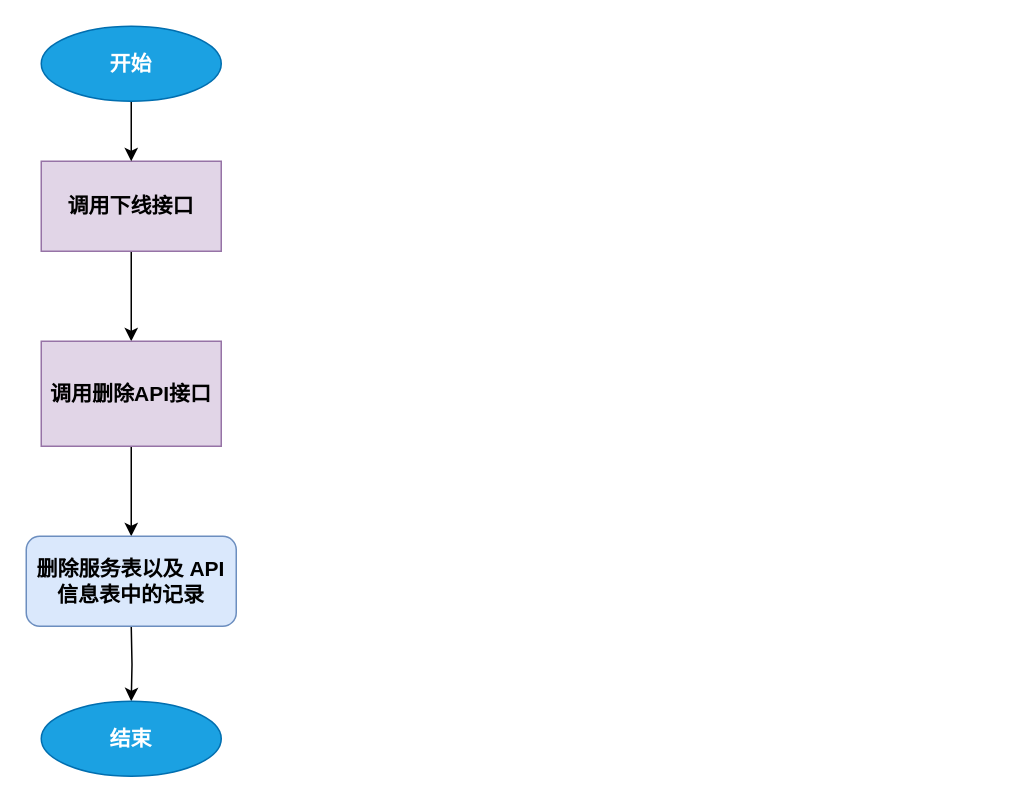
This is page "删除 API服务" (4 of 5) of 国税总局迭代三设计.drawio from helemile/notes, a draw.io file, before an edit. Source tidied: cells renumbered, new cells numbered last; positions are measured from the earlier drawing's top-left corner, leaving out a move shared by most shapes. Both pictures are drawn from the tidied source at 150%, with x=0, y=0 at pixel (26, 26).
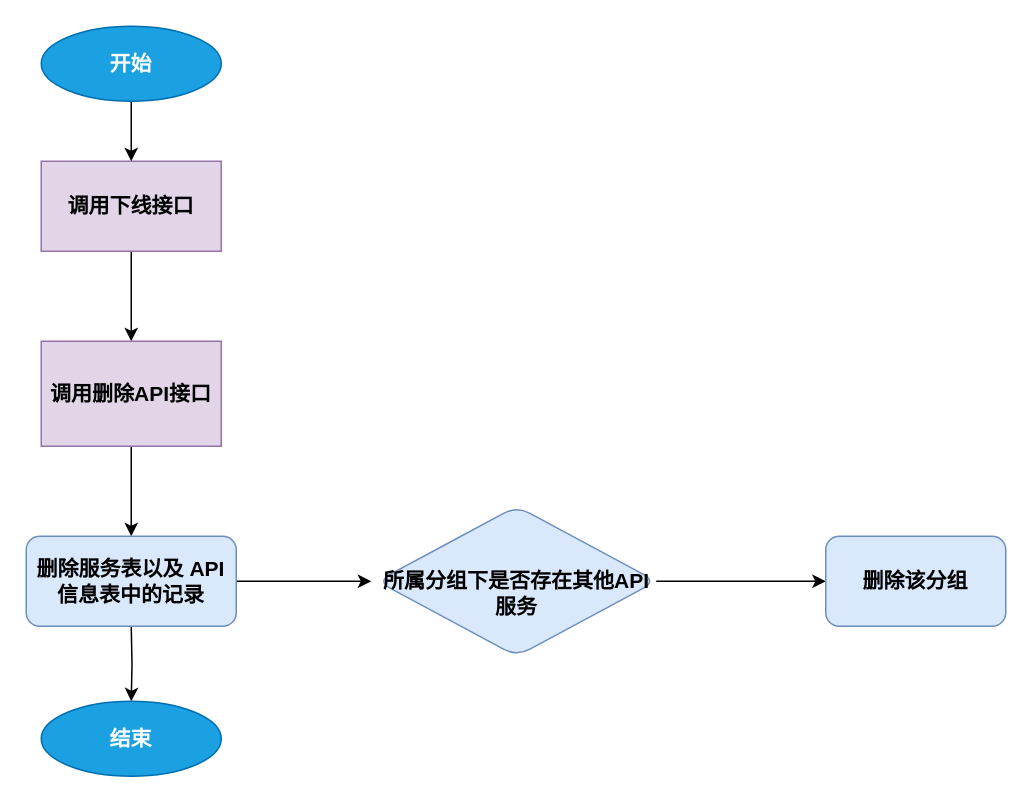
After the change.

The edit, as a diff of the source:
```diff
@@
 <mxGraphModel>
   <root>
     <mxCell id="0" />
     <mxCell id="1" parent="0" />
     <mxCell id="2" style="edgeStyle=orthogonalEdgeStyle;rounded=0;jettySize=auto;html=1;fontSize=14;entryX=0.5;entryY=0;entryDx=0;entryDy=0;" parent="1" edge="1" source="3" target="5">
       <mxGeometry relative="1" as="geometry" />
     </mxCell>
     <mxCell id="3" value="调用下线接口" style="rounded=0;whiteSpace=wrap;html=1;fontSize=14;fillColor=#e1d5e7;strokeColor=#9673a6;fontStyle=1;" parent="1" vertex="1">
       <mxGeometry x="10" y="90" width="120" height="60" as="geometry" />
     </mxCell>
     <mxCell id="4" style="edgeStyle=orthogonalEdgeStyle;rounded=0;jettySize=auto;html=1;fontSize=14;" parent="1" edge="1" source="5" target="10">
       <mxGeometry relative="1" as="geometry" />
     </mxCell>
     <mxCell id="5" value="调用删除API接口" style="rounded=0;whiteSpace=wrap;html=1;fontSize=14;fontStyle=1;fillColor=#e1d5e7;strokeColor=#9673a6;" parent="1" vertex="1">
       <mxGeometry x="10" y="210" width="120" height="70" as="geometry" />
     </mxCell>
     <mxCell id="6" style="edgeStyle=orthogonalEdgeStyle;rounded=0;jettySize=auto;html=1;fontSize=14;fontStyle=1;exitX=0.5;exitY=1;exitDx=0;exitDy=0;" parent="1" edge="1" target="9">
       <mxGeometry relative="1" as="geometry">
         <mxPoint x="70" y="400" as="sourcePoint" />
       </mxGeometry>
     </mxCell>
     <mxCell id="7" style="edgeStyle=orthogonalEdgeStyle;rounded=0;jettySize=auto;html=1;fontSize=14;" parent="1" edge="1" source="8" target="3">
       <mxGeometry relative="1" as="geometry" />
     </mxCell>
     <mxCell id="8" value="开始" style="ellipse;whiteSpace=wrap;html=1;fontSize=14;fillColor=#1ba1e2;strokeColor=#006EAF;fontColor=#ffffff;fontStyle=1;" parent="1" vertex="1">
       <mxGeometry x="10" width="120" height="50" as="geometry" />
     </mxCell>
     <mxCell id="9" value="结束" style="ellipse;whiteSpace=wrap;html=1;fontSize=14;fillColor=#1ba1e2;strokeColor=#006EAF;fontColor=#ffffff;fontStyle=1;" parent="1" vertex="1">
       <mxGeometry x="10" y="450" width="120" height="50" as="geometry" />
     </mxCell>
+    <mxCell id="11" style="edgeStyle=orthogonalEdgeStyle;rounded=0;jettySize=auto;html=1;fontSize=14;" parent="1" edge="1" source="10">
+      <mxGeometry relative="1" as="geometry">
+        <mxPoint x="230" y="370" as="targetPoint" />
+      </mxGeometry>
+    </mxCell>
     <mxCell id="10" value="删除服务表以及 API信息表中的记录" style="rounded=1;whiteSpace=wrap;html=1;fontSize=14;fontStyle=1;fillColor=#dae8fc;strokeColor=#6c8ebf;" parent="1" vertex="1">
       <mxGeometry y="340" width="140" height="60" as="geometry" />
     </mxCell>
+    <mxCell id="12" style="edgeStyle=orthogonalEdgeStyle;rounded=0;jettySize=auto;html=1;fontSize=14;" parent="1" edge="1" source="13" target="14">
+      <mxGeometry relative="1" as="geometry" />
+    </mxCell>
+    <mxCell id="13" value="&lt;span&gt;&lt;br&gt;所属分组下是否存在其他API服务&lt;/span&gt;" style="rhombus;whiteSpace=wrap;html=1;rounded=1;fontSize=14;fontStyle=1;strokeColor=#6c8ebf;fillColor=#dae8fc;" parent="1" vertex="1">
+      <mxGeometry x="234" y="320" width="186" height="100" as="geometry" />
+    </mxCell>
+    <mxCell id="14" value="删除该分组" style="whiteSpace=wrap;html=1;rounded=1;fontSize=14;fontStyle=1;strokeColor=#6c8ebf;fillColor=#dae8fc;" parent="1" vertex="1">
+      <mxGeometry x="533" y="340" width="120" height="60" as="geometry" />
+    </mxCell>
   </root>
 </mxGraphModel>
```
